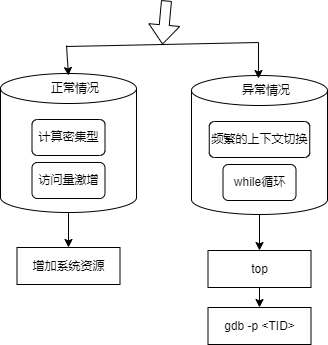
sirius-zyj/Images keeps this draw.io diagram as CS/OS/进程线程/CPU飙高.drawio.png. Above is the earlier version. Source tidied: cells renumbered, new cells last; positions are measured from the earlier drawing's top-left corner, leaving out a move shared by most shapes. The source it was exported from:
```xml
<mxGraphModel background="#ffffff">
  <root>
    <mxCell id="0" />
    <mxCell id="1" parent="0" />
    <mxCell id="2" style="shape=cylinder3;whiteSpace=wrap;html=1;boundedLbl=1;backgroundOutline=1;size=15;" parent="1" vertex="1">
      <mxGeometry y="73" width="136" height="139" as="geometry" />
    </mxCell>
    <mxCell id="3" value="正常情况" style="text;html=1;align=center;verticalAlign=middle;whiteSpace=wrap;rounded=0;" parent="1" vertex="1">
      <mxGeometry x="45" y="73" width="60" height="30" as="geometry" />
    </mxCell>
    <mxCell id="4" value="计算密集型" style="rounded=1;whiteSpace=wrap;html=1;" parent="1" vertex="1">
      <mxGeometry x="31.5" y="119" width="73" height="36" as="geometry" />
    </mxCell>
    <mxCell id="5" value="访问量激增" style="rounded=1;whiteSpace=wrap;html=1;" parent="1" vertex="1">
      <mxGeometry x="31.5" y="162" width="73" height="36" as="geometry" />
    </mxCell>
    <mxCell id="6" style="edgeStyle=orthogonalEdgeStyle;rounded=0;jettySize=auto;html=1;exitX=0.5;exitY=1;exitDx=0;exitDy=0;exitPerimeter=0;entryX=0.5;entryY=0;entryDx=0;entryDy=0;" parent="1" edge="1" source="7" target="14">
      <mxGeometry relative="1" as="geometry" />
    </mxCell>
    <mxCell id="7" style="shape=cylinder3;whiteSpace=wrap;html=1;boundedLbl=1;backgroundOutline=1;size=15;" parent="1" vertex="1">
      <mxGeometry x="191" y="75" width="136" height="139" as="geometry" />
    </mxCell>
    <mxCell id="8" value="异常情况" style="text;html=1;align=center;verticalAlign=middle;whiteSpace=wrap;rounded=0;" parent="1" vertex="1">
      <mxGeometry x="236" y="75" width="60" height="30" as="geometry" />
    </mxCell>
    <mxCell id="9" value="频繁的上下文切换" style="rounded=1;whiteSpace=wrap;html=1;" parent="1" vertex="1">
      <mxGeometry x="208.8" y="121" width="100.5" height="36" as="geometry" />
    </mxCell>
    <mxCell id="10" value="while循环" style="rounded=1;whiteSpace=wrap;html=1;" parent="1" vertex="1">
      <mxGeometry x="222.5" y="164" width="73" height="36" as="geometry" />
    </mxCell>
    <mxCell id="11" style="endArrow=classic;html=1;rounded=0;exitX=0.5;exitY=1;exitDx=0;exitDy=0;exitPerimeter=0;" parent="1" edge="1" source="2" target="12">
      <mxGeometry relative="1" as="geometry" />
    </mxCell>
    <mxCell id="12" value="增加系统资源" style="rounded=0;whiteSpace=wrap;html=1;" parent="1" vertex="1">
      <mxGeometry x="16.5" y="247" width="103" height="37" as="geometry" />
    </mxCell>
    <mxCell id="13" style="edgeStyle=orthogonalEdgeStyle;rounded=0;jettySize=auto;html=1;exitX=0.5;exitY=1;exitDx=0;exitDy=0;entryX=0.5;entryY=0;entryDx=0;entryDy=0;" parent="1" edge="1" source="14" target="15">
      <mxGeometry relative="1" as="geometry" />
    </mxCell>
    <mxCell id="14" value="top" style="rounded=0;whiteSpace=wrap;html=1;" parent="1" vertex="1">
      <mxGeometry x="207.5" y="250" width="103" height="37" as="geometry" />
    </mxCell>
    <mxCell id="15" value="gdb -p &amp;lt;TID&amp;gt;" style="rounded=0;whiteSpace=wrap;html=1;" parent="1" vertex="1">
      <mxGeometry x="207.5" y="307" width="103" height="37" as="geometry" />
    </mxCell>
    <mxCell id="16" style="endArrow=none;html=1;rounded=0;" parent="1" edge="1">
      <mxGeometry relative="1" as="geometry">
        <mxPoint x="66" y="46" as="sourcePoint" />
        <mxPoint x="258" y="42" as="targetPoint" />
      </mxGeometry>
    </mxCell>
    <mxCell id="17" style="endArrow=classic;html=1;rounded=0;entryX=0.367;entryY=0.1;entryDx=0;entryDy=0;entryPerimeter=0;" parent="1" edge="1" target="8">
      <mxGeometry relative="1" as="geometry">
        <mxPoint x="258" y="42" as="sourcePoint" />
      </mxGeometry>
    </mxCell>
    <mxCell id="18" style="endArrow=classic;html=1;rounded=0;entryX=0.383;entryY=0.067;entryDx=0;entryDy=0;entryPerimeter=0;" parent="1" edge="1" target="3">
      <mxGeometry relative="1" as="geometry">
        <mxPoint x="66" y="45" as="sourcePoint" />
      </mxGeometry>
    </mxCell>
    <mxCell id="19" style="shape=flexArrow;endArrow=classic;html=1;rounded=0;" parent="1" edge="1">
      <mxGeometry relative="1" as="geometry">
        <mxPoint x="166" as="sourcePoint" />
        <mxPoint x="162" y="44" as="targetPoint" />
      </mxGeometry>
    </mxCell>
  </root>
</mxGraphModel>
```
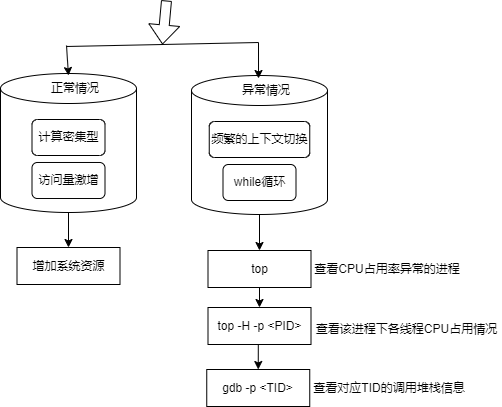
The same file after the commit.

The edit, as a diff of the source:
```diff
@@ -41,7 +41,10 @@
     <mxCell id="14" value="top" style="rounded=0;whiteSpace=wrap;html=1;" parent="1" vertex="1">
       <mxGeometry x="207.5" y="250" width="103" height="37" as="geometry" />
     </mxCell>
+    <mxCell id="20" style="edgeStyle=orthogonalEdgeStyle;rounded=0;jettySize=auto;html=1;exitX=0.5;exitY=1;exitDx=0;exitDy=0;entryX=0.5;entryY=0;entryDx=0;entryDy=0;" parent="1" edge="1" source="15" target="23">
+      <mxGeometry relative="1" as="geometry" />
+    </mxCell>
-    <mxCell id="15" value="gdb -p &amp;lt;TID&amp;gt;" style="rounded=0;whiteSpace=wrap;html=1;" parent="1" vertex="1">
+    <mxCell id="15" value="top -H -p &amp;lt;PID&amp;gt;" style="rounded=0;whiteSpace=wrap;html=1;" parent="1" vertex="1">
       <mxGeometry x="207.5" y="307" width="103" height="37" as="geometry" />
     </mxCell>
     <mxCell id="16" style="endArrow=none;html=1;rounded=0;" parent="1" edge="1">
@@ -66,5 +69,17 @@
         <mxPoint x="162" y="44" as="targetPoint" />
       </mxGeometry>
     </mxCell>
+    <mxCell id="21" value="查看CPU占用率异常的进程" style="text;html=1;align=center;verticalAlign=middle;whiteSpace=wrap;rounded=0;" parent="1" vertex="1">
+      <mxGeometry x="311.5" y="254" width="149.5" height="30" as="geometry" />
+    </mxCell>
+    <mxCell id="22" value="查看该进程下各线程CPU占用情况" style="text;html=1;align=center;verticalAlign=middle;whiteSpace=wrap;rounded=0;" parent="1" vertex="1">
+      <mxGeometry x="310.5" y="314" width="190.5" height="30" as="geometry" />
+    </mxCell>
+    <mxCell id="23" value="gdb -p &amp;lt;TID&amp;gt;" style="rounded=0;whiteSpace=wrap;html=1;" parent="1" vertex="1">
+      <mxGeometry x="206.2" y="369" width="103" height="37" as="geometry" />
+    </mxCell>
+    <mxCell id="24" value="查看对应TID的调用堆栈信息" style="text;html=1;align=center;verticalAlign=middle;whiteSpace=wrap;rounded=0;" parent="1" vertex="1">
+      <mxGeometry x="309.2" y="372.5" width="159.8" height="30" as="geometry" />
+    </mxCell>
   </root>
 </mxGraphModel>
```
